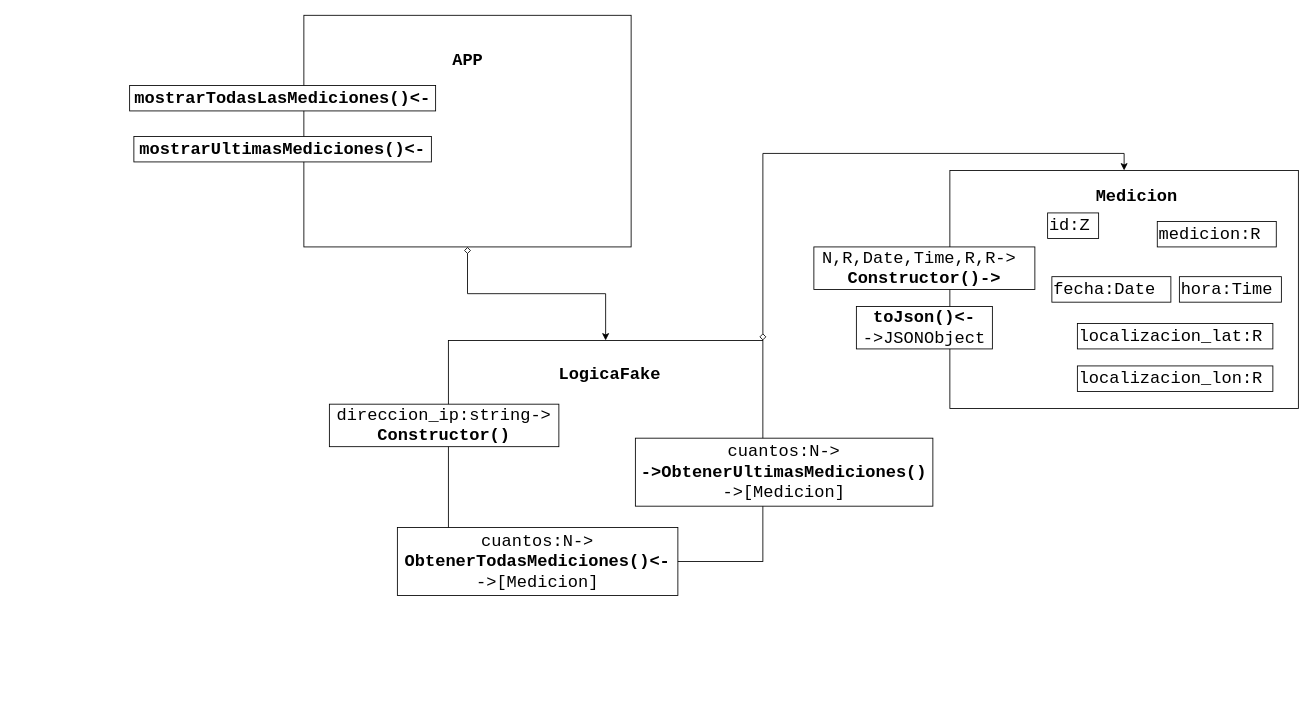
Above: page "General" (1 of 5) of doc/Diseño/webFlask.drawio in 3-GTI-ProyectoMedioAmbiente/WebAngleCorp (draw.io), before the change. Source tidied: cells renumbered, new cells numbered last; positions are measured from the earlier drawing's top-left corner, leaving out a move shared by most shapes. Both pictures are drawn from the tidied source at 85%, with x=0, y=0 at pixel (129, 15).
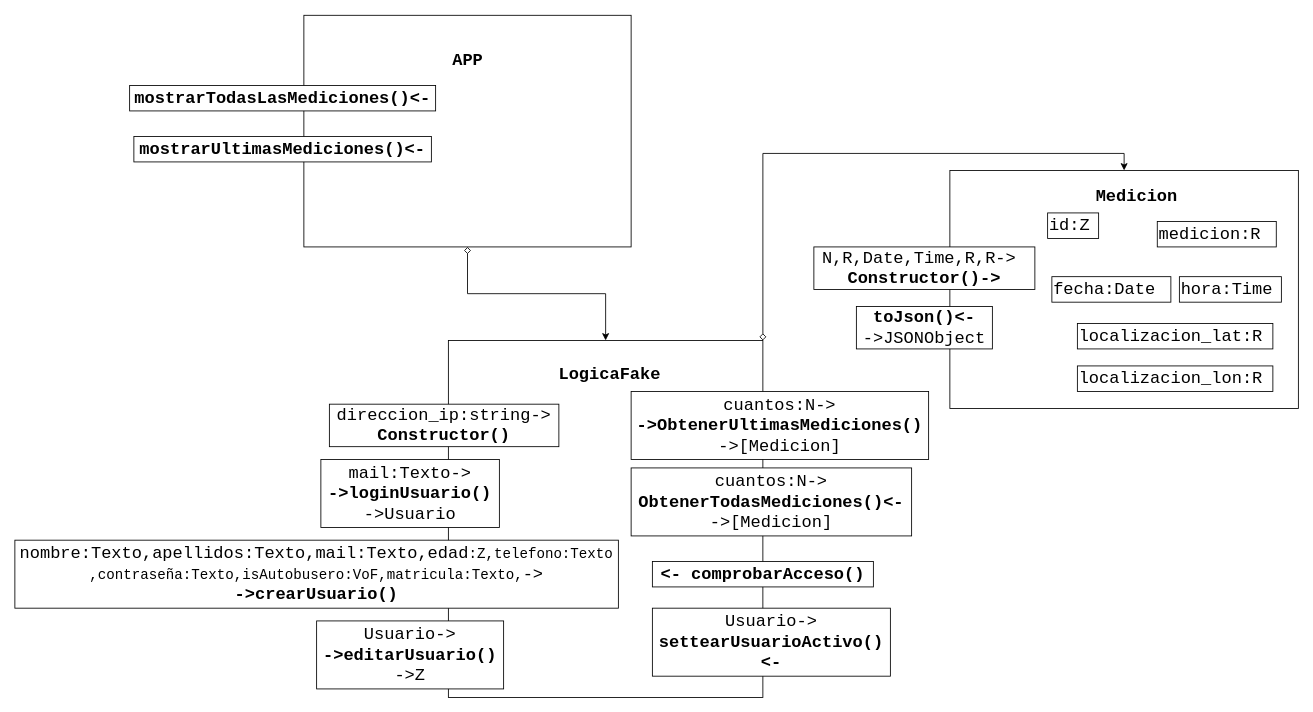
The same page after the edit.

Commit message:
Actualizacion diseño de la logica fake

What changed in the source:
```diff
@@
     <mxCell id="13" style="rounded=0;whiteSpace=wrap;html=1;" parent="1" vertex="1">
-      <mxGeometry x="375" y="382" width="370" height="260" as="geometry" />
+      <mxGeometry x="375" y="382" width="370" height="420" as="geometry" />
     </mxCell>
@@
     <mxCell id="15" value="cuantos:N-&amp;gt;&lt;br&gt;&lt;b&gt;ObtenerTodasMediciones()&amp;lt;-&lt;/b&gt;&lt;br&gt;-&amp;gt;[Medicion]" style="rounded=0;whiteSpace=wrap;html=1;fontFamily=Courier New;fontSize=20;align=center;fontStyle=0;" parent="1" vertex="1">
-      <mxGeometry x="315" y="602" width="330" height="80" as="geometry" />
+      <mxGeometry x="590" y="532" width="330" height="80" as="geometry" />
     </mxCell>
     <mxCell id="16" value="cuantos:N-&amp;gt;&lt;br&gt;&lt;b&gt;-&amp;gt;ObtenerUltimasMediciones()&lt;/b&gt;&lt;br&gt;-&amp;gt;[Medicion]" style="rounded=0;whiteSpace=wrap;html=1;fontFamily=Courier New;fontSize=20;align=center;fontStyle=0;" parent="1" vertex="1">
-      <mxGeometry x="595" y="497" width="350" height="80" as="geometry" />
+      <mxGeometry x="590" y="442" width="350" height="80" as="geometry" />
     </mxCell>
@@
+    <mxCell id="23" value="mail:Texto-&amp;gt;&lt;br&gt;&lt;b&gt;-&amp;gt;loginUsuario()&lt;/b&gt;&lt;br&gt;-&amp;gt;Usuario" style="rounded=0;whiteSpace=wrap;html=1;fontFamily=Courier New;fontSize=20;align=center;fontStyle=0;" parent="1" vertex="1">
+      <mxGeometry x="225" y="522" width="210" height="80" as="geometry" />
+    </mxCell>
+    <mxCell id="24" value="nombre:Texto,apellidos:Texto,mail:Texto,edad&lt;span style=&quot;font-size: 16.6667px&quot;&gt;:Z,telefono:Texto&lt;br&gt;,contraseña:Texto,isAutobusero:VoF,matricula:Texto,&lt;/span&gt;-&amp;gt;&lt;br&gt;&lt;b&gt;-&amp;gt;crearUsuario()&lt;/b&gt;" style="rounded=0;whiteSpace=wrap;html=1;fontFamily=Courier New;fontSize=20;align=center;fontStyle=0;" parent="1" vertex="1">
+      <mxGeometry x="-135" y="617" width="710" height="80" as="geometry" />
+    </mxCell>
+    <mxCell id="25" value="Usuario-&amp;gt;&lt;br&gt;&lt;b&gt;-&amp;gt;editarUsuario()&lt;/b&gt;&lt;br&gt;-&amp;gt;Z" style="rounded=0;whiteSpace=wrap;html=1;fontFamily=Courier New;fontSize=20;align=center;fontStyle=0;" parent="1" vertex="1">
+      <mxGeometry x="220" y="712" width="220" height="80" as="geometry" />
+    </mxCell>
+    <mxCell id="26" value="&lt;b&gt;&amp;lt;- comprobarAcceso()&lt;/b&gt;" style="rounded=0;whiteSpace=wrap;html=1;fontFamily=Courier New;fontSize=20;align=center;fontStyle=0;" parent="1" vertex="1">
+      <mxGeometry x="615" y="642" width="260" height="30" as="geometry" />
+    </mxCell>
+    <mxCell id="27" value="Usuario-&amp;gt;&lt;br&gt;&lt;b&gt;settearUsuarioActivo()&lt;br&gt;&amp;lt;-&lt;/b&gt;" style="rounded=0;whiteSpace=wrap;html=1;fontFamily=Courier New;fontSize=20;align=center;fontStyle=0;" parent="1" vertex="1">
+      <mxGeometry x="615" y="697" width="280" height="80" as="geometry" />
+    </mxCell>
```
